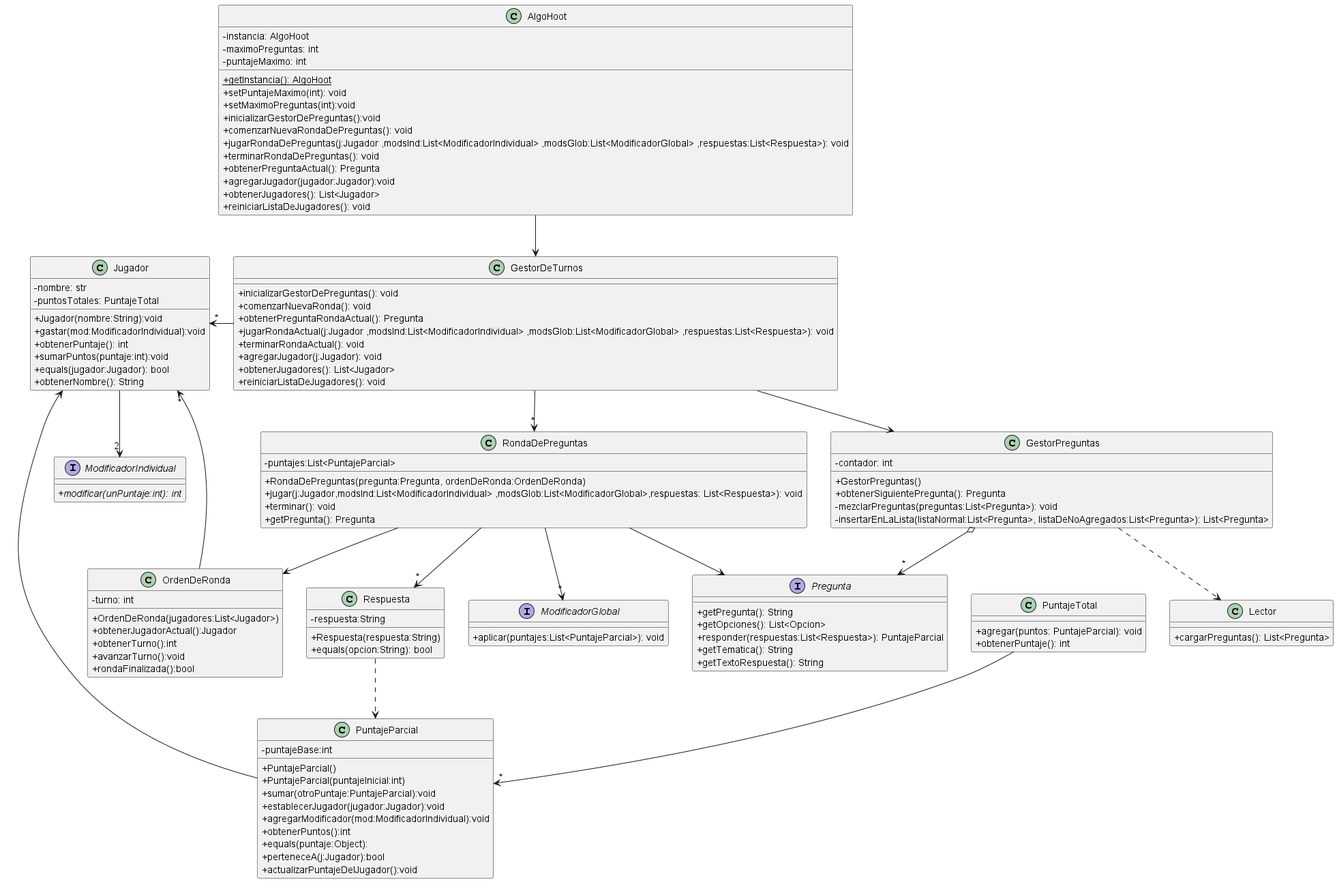
This is diagrams/classes/entrega0/clasesGenerales.png from ValentinMarturet/ALGO3-TP2, a PlantUML export, as it was before one commit.
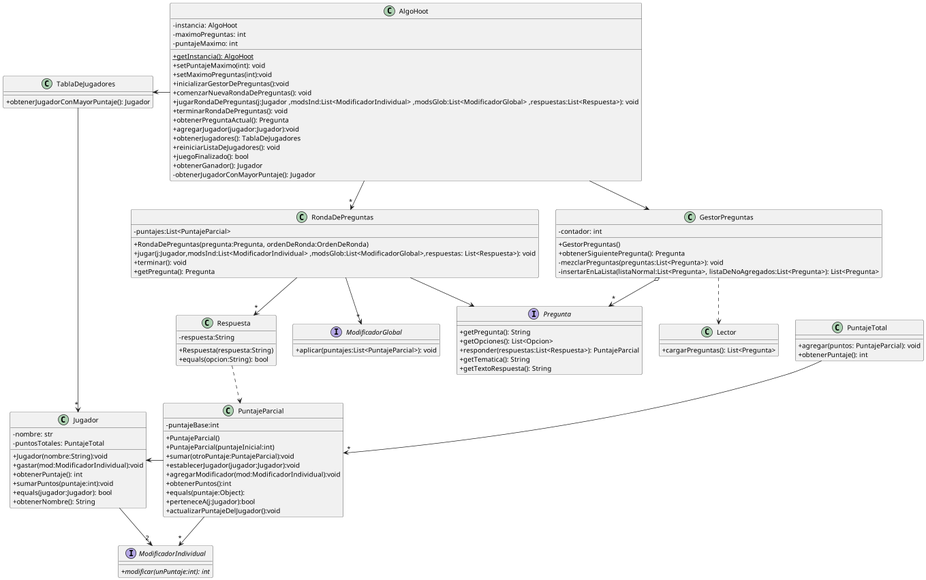
The same file after the commit.

Commit message:
actualizacion de diagrama de pregunta

What changed in the source:
```diff
@@ -10,17 +10,27 @@
     + getTematica(): String
     + getTextoRespuesta(): String
 }
+class AlgoHoot {
+    - instancia: AlgoHoot
+    - maximoPreguntas: int
+    - puntajeMaximo: int
+    + {static}getInstancia(): AlgoHoot
+    + setPuntajeMaximo(int): void
+    + setMaximoPreguntas(int):void
+    + inicializarGestorDePreguntas():void
+    + comenzarNuevaRondaDePreguntas(): void
+    + jugarRondaDePreguntas(j:Jugador ,modsInd:List<ModificadorIndividual> ,modsGlob:List<ModificadorGlobal> ,respuestas:List<Respuesta>): void
+    + terminarRondaDePreguntas(): void
+    + obtenerPreguntaActual(): Pregunta
+    + agregarJugador(jugador:Jugador):void
+    + obtenerJugadores(): TablaDeJugadores
+    + reiniciarListaDeJugadores(): void
+    + juegoFinalizado(): bool
+    + obtenerGanador(): Jugador
+    - obtenerJugadorConMayorPuntaje(): Jugador
+}
 
-class GestorDeTurnos {
-    + inicializarGestorDePreguntas(): void
-    + comenzarNuevaRonda(): void
-    + obtenerPreguntaRondaActual(): Pregunta
-    + jugarRondaActual(j:Jugador ,modsInd:List<ModificadorIndividual> ,modsGlob:List<ModificadorGlobal> ,respuestas:List<Respuesta>): void
-    + terminarRondaActual(): void
-    + agregarJugador(j:Jugador): void
-    + obtenerJugadores(): List<Jugador>
-    + reiniciarListaDeJugadores(): void
-}
+
 
 class RondaDePreguntas {
     - puntajes:List<PuntajeParcial>
@@ -28,16 +38,6 @@
     + jugar(j:Jugador,modsInd:List<ModificadorIndividual> ,modsGlob:List<ModificadorGlobal>,respuestas: List<Respuesta>): void
     + terminar(): void
     + getPregunta(): Pregunta
-}
-
-class OrdenDeRonda {
-    - turno: int
-    + OrdenDeRonda(jugadores:List<Jugador>)
-    + obtenerJugadorActual():Jugador
-    + obtenerTurno():int
-    + avanzarTurno():void
-    + rondaFinalizada():bool
-
 }
 
 class GestorPreguntas {
@@ -65,22 +65,7 @@
     + equals(opcion:String): bool
 }
 
-class AlgoHoot {
-    - instancia: AlgoHoot
-    - maximoPreguntas: int
-    - puntajeMaximo: int
-    + {static}getInstancia(): AlgoHoot
-    + setPuntajeMaximo(int): void
-    + setMaximoPreguntas(int):void
-    + inicializarGestorDePreguntas():void
-    + comenzarNuevaRondaDePreguntas(): void
-    + jugarRondaDePreguntas(j:Jugador ,modsInd:List<ModificadorIndividual> ,modsGlob:List<ModificadorGlobal> ,respuestas:List<Respuesta>): void
-    + terminarRondaDePreguntas(): void
-    + obtenerPreguntaActual(): Pregunta
-    + agregarJugador(jugador:Jugador):void
-    + obtenerJugadores(): List<Jugador>
-    + reiniciarListaDeJugadores(): void
-}
+
 
 class Lector{
     +cargarPreguntas(): List<Pregunta>
@@ -113,21 +98,24 @@
 
 }
 
+class TablaDeJugadores {
+    + obtenerJugadorConMayorPuntaje(): Jugador
+}
 
-GestorDeTurnos -down-> GestorPreguntas
-GestorDeTurnos -down-> "*" RondaDePreguntas
+
+AlgoHoot -down-> GestorPreguntas
+AlgoHoot -down-> "*" RondaDePreguntas
 GestorPreguntas o-->"*" Pregunta
 GestorPreguntas ..> Lector
 RondaDePreguntas --> Pregunta
 RondaDePreguntas --> "*" Respuesta
-RondaDePreguntas --> OrdenDeRonda
-OrdenDeRonda --> "*" Jugador
-AlgoHoot --> GestorDeTurnos
-GestorDeTurnos -left->"*" Jugador
-PuntajeParcial --> Jugador
+TablaDeJugadores -down->"*" Jugador
+PuntajeParcial -left-> Jugador
 Respuesta ..> PuntajeParcial
+AlgoHoot -left-> TablaDeJugadores
 
 PuntajeTotal --> "*" PuntajeParcial
+PuntajeParcial --> "*" ModificadorIndividual
 
 Jugador --> "2" ModificadorIndividual
 RondaDePreguntas -->"*" ModificadorGlobal
```
